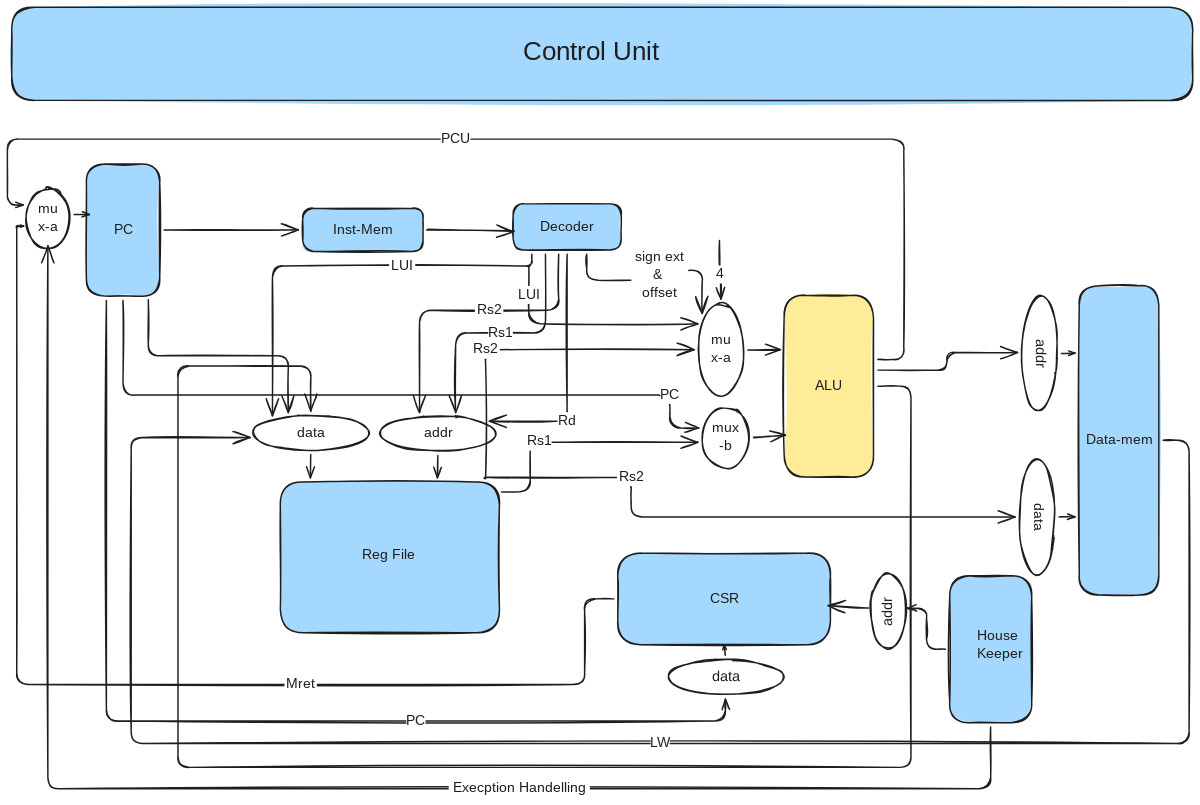
Above: img/Overview.svg in thatdanish/RippleV (Excalidraw), before the change. Source tidied: one line per element, renumbered; positions are measured from the earlier drawing's top-left corner, leaving out a move shared by most shapes.
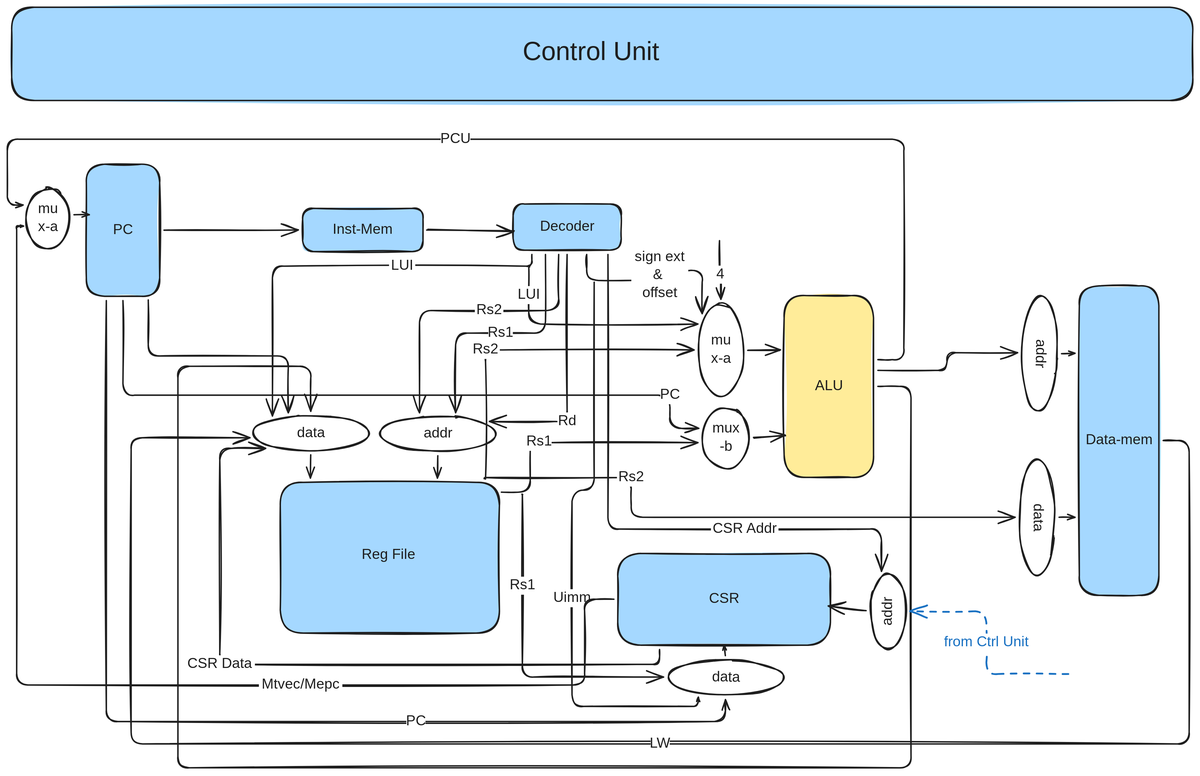
Later version of the same file.

Change to the diagram source:
```diff
@@ -65,15 +65,10 @@
 {"id": 64, "type": "text", "text": "mu\nx-a", "strokeColor": "#1e1e1e", "strokeWidth": 2, "roughness": 1, "fontSize": 20, "fontFamily": 5, "textAlign": "center", "verticalAlign": "middle", "inside": 63, "x": 41, "y": 268, "width": 32, "height": 50}
 {"id": 65, "type": "arrow", "strokeColor": "#1e1e1e", "strokeWidth": 2, "roughness": 1, "endArrowhead": "arrow", "from": 63, "to": 26, "x": 92, "y": 288, "width": 21, "height": 0, "points": [[0, 0], [21, 0]]}
 {"id": 66, "type": "arrow", "strokeColor": "#1e1e1e", "strokeWidth": 2, "roughness": 1, "endArrowhead": "arrow", "from": 56, "to": 63, "x": 841, "y": 821, "width": 829, "height": 636, "points": [[0, 0], [-41, 0], [-41, 119], [-829, 119], [-829, -517], [-819, -517]]}
-{"id": 67, "type": "text", "text": "Mret", "strokeColor": "#1e1e1e", "strokeWidth": 2, "roughness": 1, "fontSize": 20, "fontFamily": 5, "textAlign": "center", "verticalAlign": "middle", "inside": 66, "x": 368, "y": 927, "width": 45, "height": 25}
+{"id": 67, "type": "text", "text": "Mtvec/Mepc", "strokeColor": "#1e1e1e", "strokeWidth": 2, "roughness": 1, "fontSize": 20, "fontFamily": 5, "textAlign": "center", "verticalAlign": "middle", "inside": 66, "x": 349, "y": 927, "width": 116, "height": 25}
-{"id": 68, "type": "rectangle", "strokeColor": "#1e1e1e", "backgroundColor": "#a5d8ff", "fillStyle": "solid", "strokeWidth": 2, "roughness": 1, "round": true, "x": 1307, "y": 789, "width": 114, "height": 204}
-{"id": 69, "type": "text", "text": "House \nKeeper", "strokeColor": "#1e1e1e", "strokeWidth": 2, "roughness": 1, "fontSize": 20, "fontFamily": 5, "x": 1345, "y": 861, "width": 64, "height": 50}
 {"id": 70, "type": "ellipse", "strokeColor": "#1e1e1e", "angle": 4.72, "strokeWidth": 2, "roughness": 1, "round": true, "x": 1170, "y": 813, "width": 104, "height": 49}
 {"id": 71, "type": "text", "text": "addr", "strokeColor": "#1e1e1e", "angle": 4.72, "strokeWidth": 2, "roughness": 1, "fontSize": 20, "fontFamily": 5, "textAlign": "center", "verticalAlign": "middle", "inside": 70, "x": 1200, "y": 825, "width": 44, "height": 25}
-{"id": 72, "type": "arrow", "strokeColor": "#1e1e1e", "strokeWidth": 2, "roughness": 1, "endArrowhead": "arrow", "from": 68, "to": 70, "x": 1301, "y": 891, "width": 53, "height": 57, "points": [[0, 0], [-26, 0], [-26, -57], [-53, -57]]}
-{"id": 73, "type": "arrow", "strokeColor": "#1e1e1e", "strokeWidth": 2, "roughness": 1, "endArrowhead": "arrow", "from": 70, "to": 56, "x": 1195, "y": 834, "width": 56, "height": 3, "points": [[0, 0], [-56, -3]]}
+{"id": 73, "type": "arrow", "strokeColor": "#1e1e1e", "strokeWidth": 2, "roughness": 1, "endArrowhead": "arrow", "from": 70, "to": 56, "x": 1191, "y": 837, "width": 52, "height": 7, "points": [[0, 0], [-52, -7]]}
-{"id": 74, "type": "arrow", "strokeColor": "#1e1e1e", "strokeWidth": 2, "roughness": 1, "endArrowhead": "arrow", "from": 68, "to": 63, "x": 1364, "y": 999, "width": 1308, "height": 753, "points": [[0, 0], [0, 86], [-1308, 86], [-1308, -668]]}
-{"id": 75, "type": "text", "text": "Execption Handelling", "strokeColor": "#1e1e1e", "strokeWidth": 2, "roughness": 1, "fontSize": 20, "fontFamily": 5, "textAlign": "center", "verticalAlign": "middle", "inside": 74, "x": 612, "y": 1127, "width": 196, "height": 25}
 {"id": 76, "type": "arrow", "strokeColor": "#1e1e1e", "strokeWidth": 2, "roughness": 1, "endArrowhead": "arrow", "from": 2, "to": 19, "x": 747, "y": 343, "width": 125, "height": 219, "points": [[0, 0], [0, 109], [-125, 109], [-125, 219]]}
 {"id": 77, "type": "text", "text": "Rs1", "strokeColor": "#1e1e1e", "strokeWidth": 2, "roughness": 1, "fontSize": 20, "fontFamily": 5, "textAlign": "center", "verticalAlign": "middle", "inside": 76, "x": 667, "y": 439, "width": 34, "height": 25}
 {"id": 78, "type": "arrow", "strokeColor": "#1e1e1e", "strokeWidth": 2, "roughness": 1, "endArrowhead": "arrow", "from": 2, "to": 19, "x": 765, "y": 343, "width": 193, "height": 219, "points": [[0, 0], [0, 78], [-193, 78], [-193, 219]]}
@@ -81,3 +76,13 @@
 {"id": 80, "type": "arrow", "strokeColor": "#1e1e1e", "backgroundColor": "#ffec99", "fillStyle": "solid", "strokeWidth": 2, "roughness": 1, "endArrowhead": "arrow", "from": 26, "to": 16, "x": 196, "y": 406, "width": 194, "height": 156, "points": [[0, 0], [0, 78], [194, 78], [194, 156]]}
 {"id": 81, "type": "rectangle", "strokeColor": "#1e1e1e", "backgroundColor": "#a5d8ff", "fillStyle": "solid", "strokeWidth": 2, "roughness": 1, "round": true, "x": 6, "y": 0, "width": 1638, "height": 129}
 {"id": 82, "type": "text", "text": "Control Unit", "strokeColor": "#1e1e1e", "strokeWidth": 2, "roughness": 1, "fontSize": 36, "fontFamily": 5, "x": 715, "y": 41, "width": 216, "height": 45}
+{"id": 83, "type": "arrow", "strokeColor": "#1e1e1e", "strokeWidth": 2, "roughness": 1, "endArrowhead": "arrow", "to": 60, "x": 714, "y": 675, "width": 196, "height": 253, "points": [[0, 0], [0, 0], [0, 253], [196, 253]]}
+{"id": 84, "type": "text", "text": "Rs1", "strokeColor": "#1e1e1e", "strokeWidth": 2, "roughness": 1, "fontSize": 20, "fontFamily": 5, "textAlign": "center", "verticalAlign": "middle", "inside": 83, "x": 721, "y": 856, "width": 34, "height": 25}
+{"id": 85, "type": "arrow", "strokeColor": "#1e1e1e", "backgroundColor": "#a5d8ff", "fillStyle": "solid", "strokeWidth": 2, "roughness": 1, "endArrowhead": "arrow", "to": 60, "x": 814, "y": 381, "width": 175, "height": 588, "points": [[0, 0], [0, 288], [-31, 288], [-31, 588], [145, 588], [145, 576]]}
+{"id": 86, "type": "text", "text": "Uimm", "strokeColor": "#1e1e1e", "backgroundColor": "#a5d8ff", "fillStyle": "solid", "strokeWidth": 2, "roughness": 1, "fontSize": 20, "fontFamily": 5, "textAlign": "center", "verticalAlign": "middle", "inside": 85, "x": 760, "y": 807, "width": 46, "height": 25}
+{"id": 87, "type": "arrow", "strokeColor": "#1e1e1e", "backgroundColor": "#a5d8ff", "fillStyle": "solid", "strokeWidth": 2, "roughness": 1, "endArrowhead": "arrow", "from": 56, "to": 16, "x": 905, "y": 891, "width": 610, "height": 299, "points": [[0, 0], [0, 21], [-610, 21], [-610, -279], [-546, -279]]}
+{"id": 88, "type": "text", "text": "CSR Data", "strokeColor": "#1e1e1e", "backgroundColor": "#a5d8ff", "fillStyle": "solid", "strokeWidth": 2, "roughness": 1, "fontSize": 20, "fontFamily": 5, "textAlign": "center", "verticalAlign": "middle", "inside": 87, "x": 246, "y": 899, "width": 97, "height": 25}
+{"id": 89, "type": "arrow", "strokeColor": "#1e1e1e", "backgroundColor": "#a5d8ff", "fillStyle": "solid", "strokeWidth": 2, "roughness": 1, "endArrowhead": "arrow", "from": 2, "to": 70, "x": 833, "y": 343, "width": 379, "height": 439, "points": [[0, 0], [0, 381], [379, 381], [379, 439]]}
+{"id": 90, "type": "text", "text": "CSR Addr", "strokeColor": "#1e1e1e", "backgroundColor": "#a5d8ff", "fillStyle": "solid", "strokeWidth": 2, "roughness": 1, "fontSize": 20, "fontFamily": 5, "textAlign": "center", "verticalAlign": "middle", "inside": 89, "x": 976, "y": 711, "width": 94, "height": 25}
+{"id": 91, "type": "arrow", "strokeColor": "#1971c2", "backgroundColor": "#a5d8ff", "fillStyle": "solid", "strokeWidth": 2, "strokeStyle": "dashed", "roughness": 1, "endArrowhead": "arrow", "to": 70, "x": 1472, "y": 925, "width": 220, "height": 87, "points": [[0, 0], [-114, 0], [-114, -87], [-220, -87]]}
+{"id": 92, "type": "text", "text": "from Ctrl Unit", "strokeColor": "#1971c2", "backgroundColor": "#a5d8ff", "fillStyle": "solid", "strokeWidth": 2, "strokeStyle": "dashed", "roughness": 1, "fontSize": 20, "fontFamily": 5, "textAlign": "center", "verticalAlign": "middle", "inside": 91, "x": 1313, "y": 869, "width": 137, "height": 25}
```
